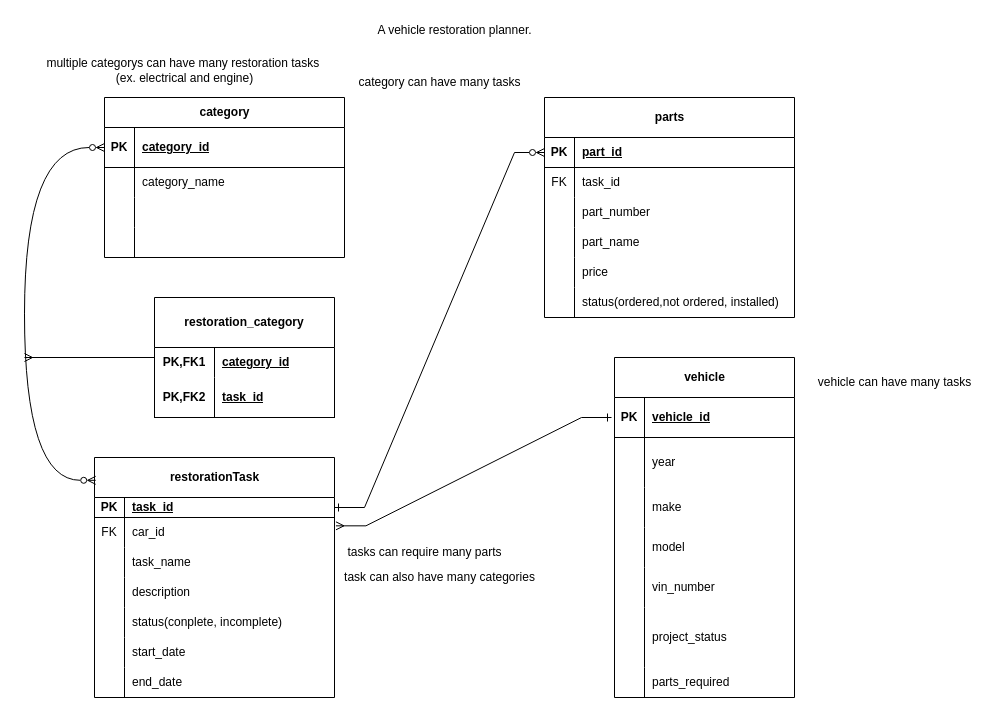
Bletsch22/ERD keeps this draw.io diagram as RestorationTrackErd.drawio. Above is the earlier version. Source tidied: cells renumbered, new cells numbered last; positions are measured from the earlier drawing's top-left corner, leaving out a move shared by most shapes. Both pictures are drawn from the tidied source at 100%, with x=0, y=0 at pixel (24, 17).
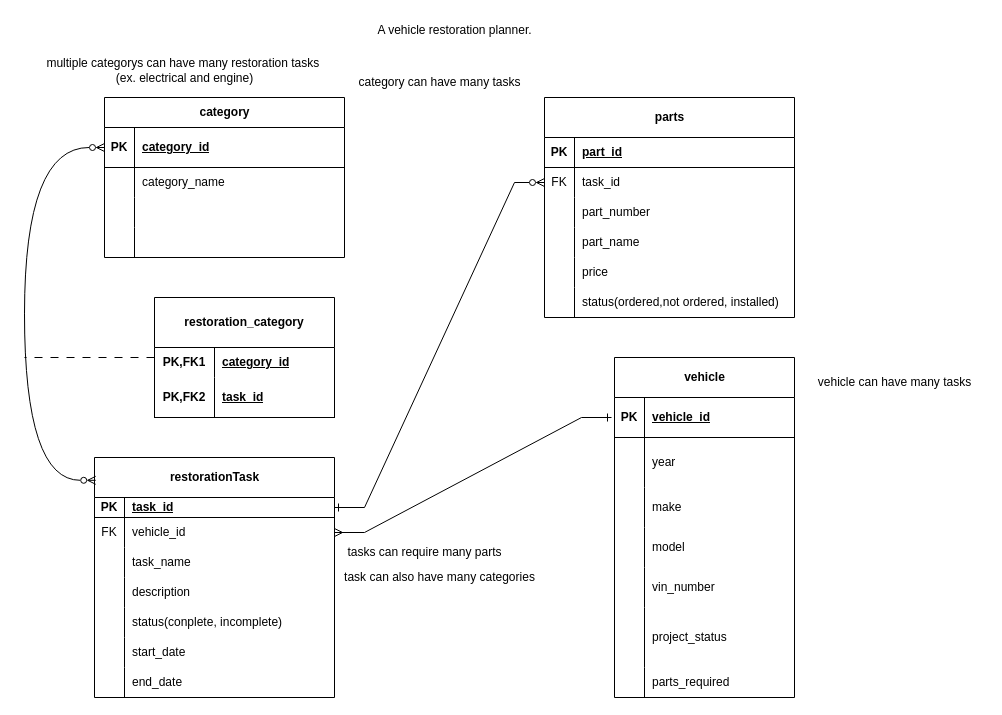
After the change.

Commit message:
approved ERD

The change refers to these unchanged cells:
```xml
<mxCell id="16" style="shape=tableRow;horizontal=0;startSize=0;swimlaneHead=0;swimlaneBody=0;fillColor=none;points=[[0,0.5],[1,0.5]];portConstraint=eastwest;top=0;left=0;right=0;bottom=1;" parent="15" vertex="1">
  <mxGeometry y="40" width="250" height="30" as="geometry" />
</mxCell>
<mxCell id="35" style="shape=tableRow;horizontal=0;startSize=0;swimlaneHead=0;swimlaneBody=0;fillColor=none;points=[[0,0.5],[1,0.5]];portConstraint=eastwest;top=0;left=0;right=0;bottom=1;" parent="34" vertex="1">
  <mxGeometry y="40" width="240" height="20" as="geometry" />
</mxCell>
<mxCell id="38" style="shape=tableRow;horizontal=0;startSize=0;swimlaneHead=0;swimlaneBody=0;fillColor=none;points=[[0,0.5],[1,0.5]];portConstraint=eastwest;top=0;left=0;right=0;bottom=0;" parent="34" vertex="1">
  <mxGeometry y="60" width="240" height="30" as="geometry" />
</mxCell>
<mxCell id="79" value="restoration_category" style="shape=table;startSize=50;childLayout=tableLayout;rowLines=0;fontStyle=1;align=center;html=1;whiteSpace=wrap;" parent="1" vertex="1">
  <mxGeometry x="130" y="280" width="180" height="120" as="geometry" />
</mxCell>
```

Change to the diagram source:
```diff
@@
-    <mxCell id="40" value="car_id" style="shape=partialRectangle;fillColor=none;top=0;left=0;bottom=0;right=0;align=left;spacingLeft=6;overflow=hidden;whiteSpace=wrap;html=1;" parent="38" vertex="1">
+    <mxCell id="40" value="vehicle_id" style="shape=partialRectangle;fillColor=none;top=0;left=0;bottom=0;right=0;align=left;spacingLeft=6;overflow=hidden;whiteSpace=wrap;html=1;" parent="38" vertex="1">
       <mxGeometry x="30" width="210" height="30" as="geometry" />
     </mxCell>
@@
-    <mxCell id="78" style="edgeStyle=orthogonalEdgeStyle;rounded=0;jettySize=auto;html=1;endArrow=ERmany;endFill=0;" parent="1" edge="1" source="79">
+    <mxCell id="78" style="edgeStyle=orthogonalEdgeStyle;rounded=0;jettySize=auto;html=1;endArrow=none;endFill=0;dashed=1;dashPattern=8 8;startFill=0;" parent="1" edge="1" source="79">
       <mxGeometry relative="1" as="geometry">
         <mxPoint y="340" as="targetPoint" />
       </mxGeometry>
     </mxCell>
@@
-    <mxCell id="86" style="edgeStyle=entityRelationEdgeStyle;fontSize=12;html=1;endArrow=ERone;rounded=0;exitX=1.006;exitY=0.278;exitDx=0;exitDy=0;exitPerimeter=0;startArrow=ERmany;startFill=0;endFill=0;" parent="1" edge="1" source="38">
+    <mxCell id="86" style="edgeStyle=entityRelationEdgeStyle;fontSize=12;html=1;endArrow=ERone;rounded=0;exitX=1;exitY=0.5;exitDx=0;exitDy=0;startArrow=ERmany;startFill=0;endFill=0;" parent="1" edge="1" source="38">
       <mxGeometry relative="1" as="geometry">
         <mxPoint x="587" y="400" as="targetPoint" />
         <Array as="points">
           <mxPoint x="320" y="500" />
         </Array>
       </mxGeometry>
     </mxCell>
-    <mxCell id="87" style="edgeStyle=entityRelationEdgeStyle;fontSize=12;html=1;endArrow=ERzeroToMany;rounded=0;exitX=1;exitY=0.5;exitDx=0;exitDy=0;entryX=0;entryY=0.5;entryDx=0;entryDy=0;startArrow=ERone;startFill=0;endFill=0;" parent="1" edge="1" source="35" target="16">
-      <mxGeometry relative="1" as="geometry" />
+    <mxCell id="87" style="edgeStyle=entityRelationEdgeStyle;fontSize=12;html=1;endArrow=ERzeroToMany;rounded=0;exitX=1;exitY=0.5;exitDx=0;exitDy=0;entryX=0;entryY=0.5;entryDx=0;entryDy=0;startArrow=ERone;startFill=0;endFill=0;" parent="1" edge="1" source="35">
+      <mxGeometry relative="1" as="geometry">
+        <mxPoint x="520" y="165" as="targetPoint" />
+      </mxGeometry>
     </mxCell>
```
